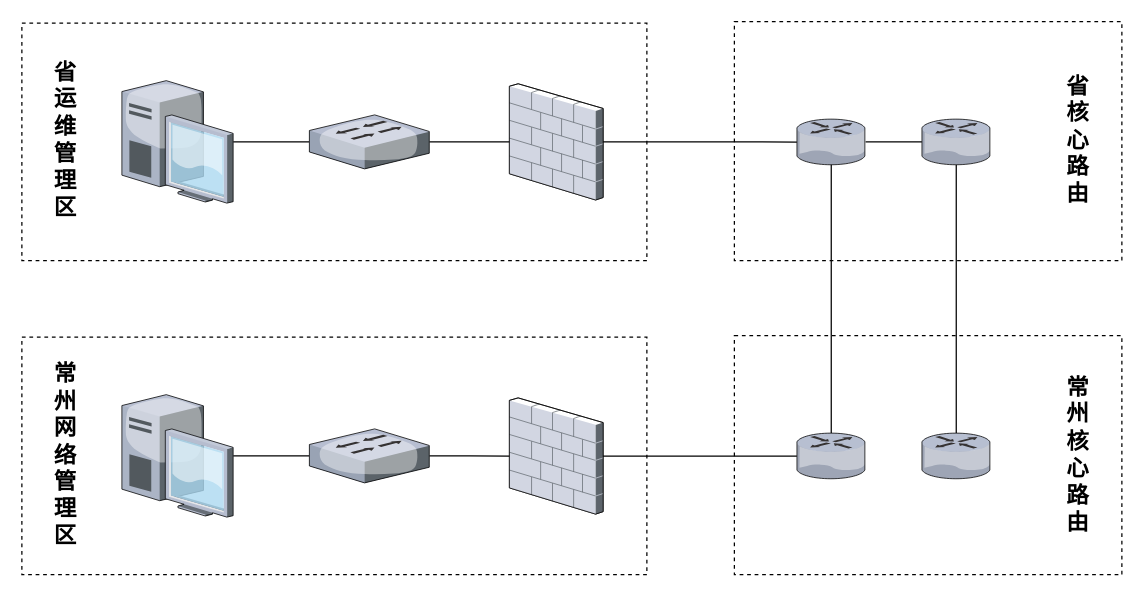
The draw.io diagram 南京项目网络拓扑图.drawio in captain188/draw.io, before the edit. Source tidied: cells renumbered, new cells numbered last; positions are measured from the earlier drawing's top-left corner, leaving out a move shared by most shapes. Both pictures are drawn from the tidied source at 125%, with x=0, y=0 at pixel (21, 21).
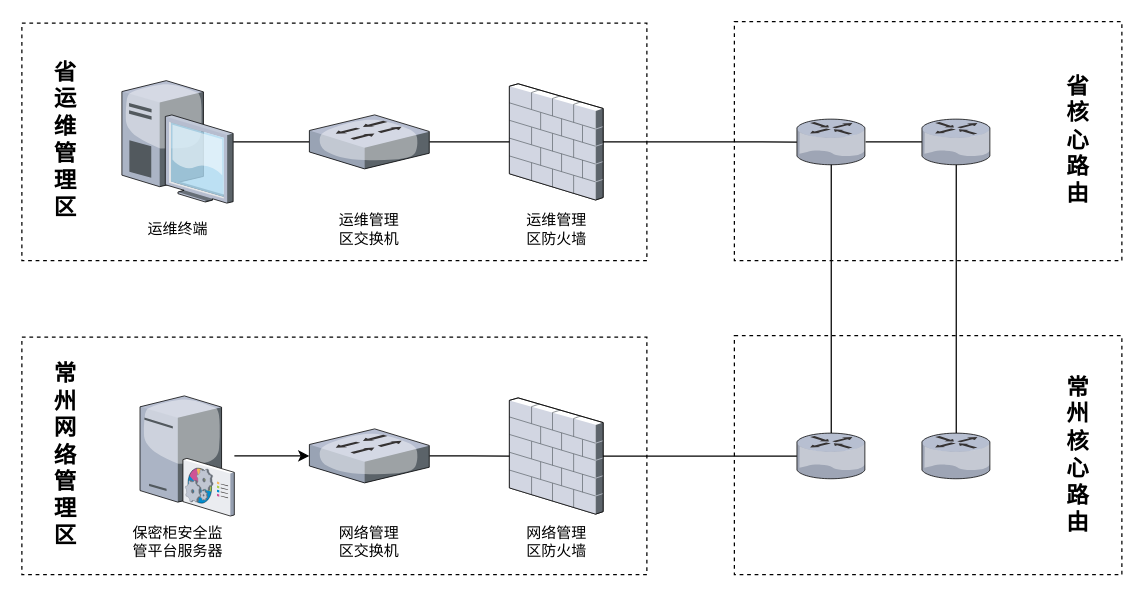
The same diagram, later.

Commit message (it also covers changes not shown here):
更新南京项目网络拓扑图.drawio

Unchanged cells that the change refers to:
```xml
<mxCell id="22" style="verticalLabelPosition=bottom;sketch=0;html=1;verticalAlign=top;strokeColor=none;align=center;outlineConnect=0;shape=mxgraph.citrix.switch;" parent="1" vertex="1">
  <mxGeometry x="230" y="325.6" width="95.9" height="43.2" as="geometry" />
</mxCell>
```

What changed in the source:
```diff
@@
-    <mxCell id="18" style="edgeStyle=orthogonalEdgeStyle;rounded=0;jettySize=auto;html=1;endArrow=none;endFill=0;" parent="1" edge="1" source="19" target="22">
-      <mxGeometry relative="1" as="geometry" />
-    </mxCell>
-    <mxCell id="19" style="verticalLabelPosition=bottom;sketch=0;html=1;verticalAlign=top;strokeColor=none;align=center;outlineConnect=0;shape=mxgraph.citrix.desktop;" parent="1" vertex="1">
-      <mxGeometry x="80" y="298.2" width="89" height="98" as="geometry" />
-    </mxCell>
@@
+    <mxCell id="29" value="运维终端" style="text;strokeColor=none;align=center;fillColor=none;html=1;verticalAlign=middle;whiteSpace=wrap;rounded=0;" parent="1" vertex="1">
+      <mxGeometry x="94.5" y="151" width="60" height="30" as="geometry" />
+    </mxCell>
+    <mxCell id="30" value="运维管理区交换机" style="text;strokeColor=none;align=center;fillColor=none;html=1;verticalAlign=middle;whiteSpace=wrap;rounded=0;" parent="1" vertex="1">
+      <mxGeometry x="247.9" y="151" width="60" height="30" as="geometry" />
+    </mxCell>
+    <mxCell id="31" value="运维管理区防火墙" style="text;strokeColor=none;align=center;fillColor=none;html=1;verticalAlign=middle;whiteSpace=wrap;rounded=0;" parent="1" vertex="1">
+      <mxGeometry x="397.5" y="151" width="60" height="30" as="geometry" />
+    </mxCell>
+    <mxCell id="32" style="edgeStyle=orthogonalEdgeStyle;rounded=0;jettySize=auto;html=1;" parent="1" edge="1" source="33" target="22">
+      <mxGeometry relative="1" as="geometry" />
+    </mxCell>
+    <mxCell id="33" style="verticalLabelPosition=bottom;sketch=0;html=1;verticalAlign=top;strokeColor=none;align=center;outlineConnect=0;shape=mxgraph.citrix.command_center;" parent="1" vertex="1">
+      <mxGeometry x="94.5" y="299.2" width="75.5" height="96" as="geometry" />
+    </mxCell>
+    <mxCell id="34" value="保密柜安全监管平台服务器" style="text;strokeColor=none;align=center;fillColor=none;html=1;verticalAlign=middle;whiteSpace=wrap;rounded=0;" parent="1" vertex="1">
+      <mxGeometry x="86.8" y="401" width="75.5" height="30" as="geometry" />
+    </mxCell>
+    <mxCell id="35" value="网络管理区交换机" style="text;strokeColor=none;align=center;fillColor=none;html=1;verticalAlign=middle;whiteSpace=wrap;rounded=0;" parent="1" vertex="1">
+      <mxGeometry x="247.9" y="401" width="60" height="30" as="geometry" />
+    </mxCell>
+    <mxCell id="36" value="网络管理区防火墙" style="text;strokeColor=none;align=center;fillColor=none;html=1;verticalAlign=middle;whiteSpace=wrap;rounded=0;" parent="1" vertex="1">
+      <mxGeometry x="397.5" y="401" width="60" height="30" as="geometry" />
+    </mxCell>
```
